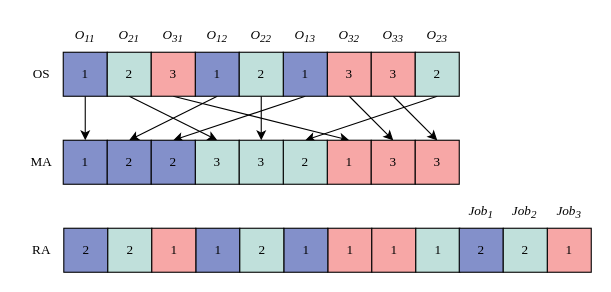
Before: decode.drawio in aslongaslihappy/algorithm, a draw.io diagram. Source tidied: cells renumbered, new cells numbered last; positions are measured from the earlier drawing's top-left corner, leaving out a move shared by most shapes. Both pictures are drawn from the tidied source at 110%, with x=0, y=0 at pixel (19, 19).
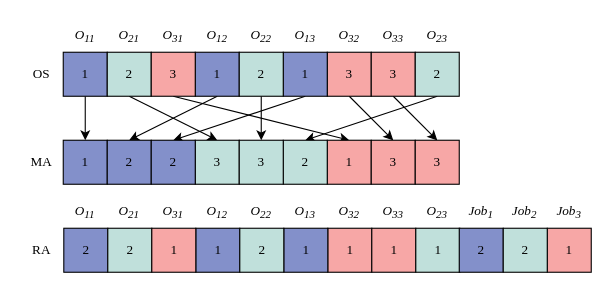
The same page after the edit.

What changed in the source:
```diff
@@
+    <mxCell id="56" value="&lt;i&gt;O&lt;sub&gt;11&lt;/sub&gt;&lt;/i&gt;" style="text;strokeColor=none;align=center;fillColor=none;html=1;verticalAlign=middle;whiteSpace=wrap;rounded=0;fontSize=12;fontFamily=Times New Roman;" parent="1" vertex="1">
+      <mxGeometry x="40" y="160" width="40" height="30" as="geometry" />
+    </mxCell>
+    <mxCell id="57" value="&lt;i&gt;O&lt;span&gt;&lt;sub&gt;12&lt;/sub&gt;&lt;/span&gt;&lt;/i&gt;" style="text;strokeColor=none;align=center;fillColor=none;html=1;verticalAlign=middle;whiteSpace=wrap;rounded=0;fontSize=12;fontFamily=Times New Roman;" parent="1" vertex="1">
+      <mxGeometry x="160" y="160" width="40" height="30" as="geometry" />
+    </mxCell>
+    <mxCell id="58" value="&lt;i&gt;O&lt;sub&gt;13&lt;/sub&gt;&lt;/i&gt;" style="text;strokeColor=none;align=center;fillColor=none;html=1;verticalAlign=middle;whiteSpace=wrap;rounded=0;fontSize=12;fontFamily=Times New Roman;" parent="1" vertex="1">
+      <mxGeometry x="240" y="160" width="40" height="30" as="geometry" />
+    </mxCell>
+    <mxCell id="59" value="&lt;i&gt;O&lt;sub&gt;33&lt;/sub&gt;&lt;/i&gt;" style="text;strokeColor=none;align=center;fillColor=none;html=1;verticalAlign=middle;whiteSpace=wrap;rounded=0;fontSize=12;fontFamily=Times New Roman;" parent="1" vertex="1">
+      <mxGeometry x="320" y="160" width="40" height="30" as="geometry" />
+    </mxCell>
+    <mxCell id="60" value="&lt;i&gt;O&lt;sub&gt;32&lt;/sub&gt;&lt;/i&gt;" style="text;strokeColor=none;align=center;fillColor=none;html=1;verticalAlign=middle;whiteSpace=wrap;rounded=0;fontSize=12;fontFamily=Times New Roman;" parent="1" vertex="1">
+      <mxGeometry x="280" y="160" width="40" height="30" as="geometry" />
+    </mxCell>
+    <mxCell id="61" value="&lt;i&gt;O&lt;sub&gt;31&lt;/sub&gt;&lt;/i&gt;" style="text;strokeColor=none;align=center;fillColor=none;html=1;verticalAlign=middle;whiteSpace=wrap;rounded=0;fontSize=12;fontFamily=Times New Roman;" parent="1" vertex="1">
+      <mxGeometry x="120" y="160" width="40" height="30" as="geometry" />
+    </mxCell>
+    <mxCell id="62" value="&lt;i&gt;O&lt;span&gt;&lt;sub&gt;21&lt;/sub&gt;&lt;/span&gt;&lt;/i&gt;" style="text;strokeColor=none;align=center;fillColor=none;html=1;verticalAlign=middle;whiteSpace=wrap;rounded=0;fontSize=12;fontFamily=Times New Roman;" parent="1" vertex="1">
+      <mxGeometry x="80" y="160" width="40" height="30" as="geometry" />
+    </mxCell>
+    <mxCell id="63" value="&lt;i&gt;O&lt;span&gt;&lt;sub&gt;23&lt;/sub&gt;&lt;/span&gt;&lt;/i&gt;" style="text;strokeColor=none;align=center;fillColor=none;html=1;verticalAlign=middle;whiteSpace=wrap;rounded=0;fontSize=12;fontFamily=Times New Roman;" parent="1" vertex="1">
+      <mxGeometry x="360" y="160" width="40" height="30" as="geometry" />
+    </mxCell>
+    <mxCell id="64" value="&lt;i&gt;O&lt;span&gt;&lt;sub&gt;22&lt;/sub&gt;&lt;/span&gt;&lt;/i&gt;" style="text;strokeColor=none;align=center;fillColor=none;html=1;verticalAlign=middle;whiteSpace=wrap;rounded=0;fontSize=12;fontFamily=Times New Roman;" parent="1" vertex="1">
+      <mxGeometry x="200" y="160" width="40" height="30" as="geometry" />
+    </mxCell>
```
